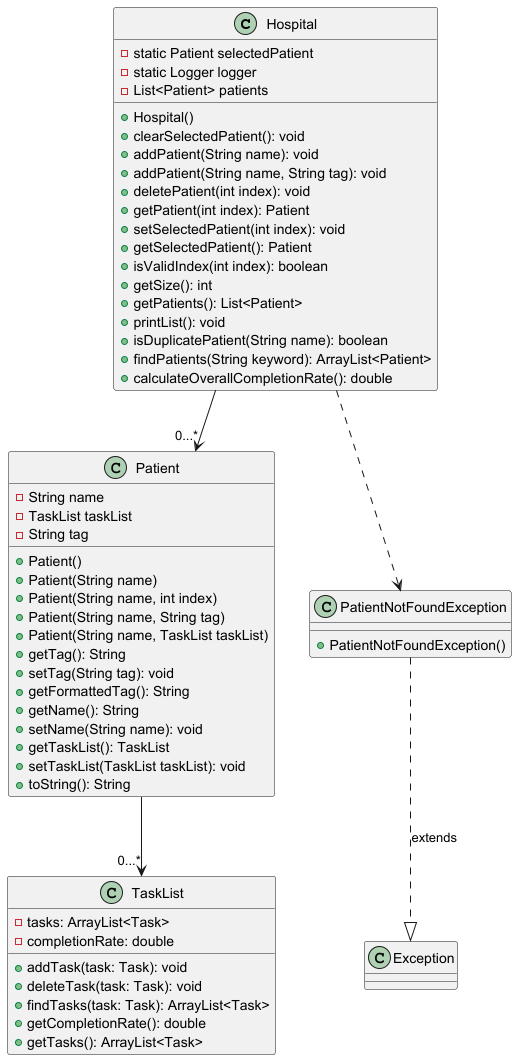
This is docs/images/HospitalClassDiagram.png from nus-cs2113-AY2425S1/tp, a PlantUML export, as it was before one commit.
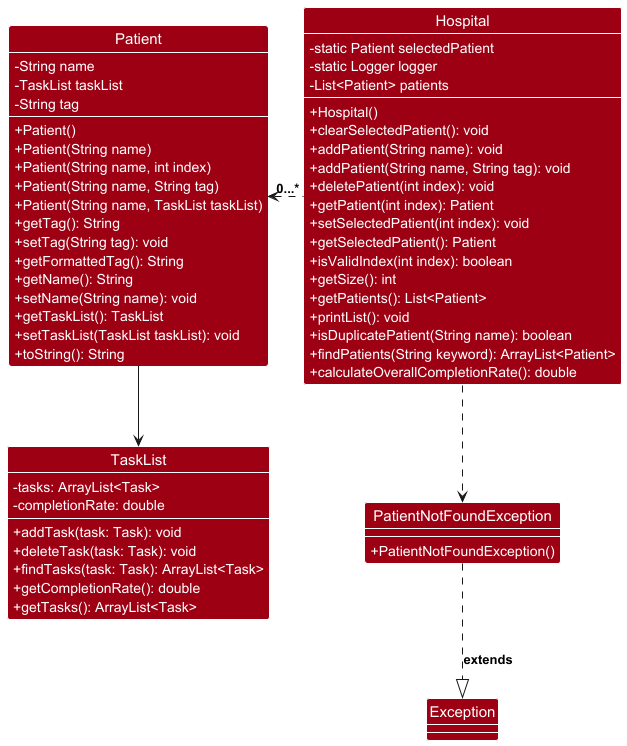
Later version of the same file.

Diff of the diagram source:
```diff
@@ -1,6 +1,8 @@
 @startuml
 
-class Hospital {
+!include style.puml
+
+class Hospital  DATA_COLOR{
     - static Patient selectedPatient
     - static Logger logger
     - List<Patient> patients
@@ -22,7 +24,7 @@
     + calculateOverallCompletionRate(): double
 }
 
-class Patient {
+class Patient DATA_COLOR{
     - String name
     - TaskList taskList
     - String tag
@@ -42,11 +44,11 @@
     + toString(): String
 }
 
-class PatientNotFoundException {
+class PatientNotFoundException DATA_COLOR{
     + PatientNotFoundException()
 }
 
-class TaskList {
+class TaskList  DATA_COLOR{
     - tasks: ArrayList<Task>
     - completionRate: double
     + addTask(task: Task): void
@@ -56,9 +58,12 @@
     + getTasks(): ArrayList<Task>
 }
 
+class Exception DATA_COLOR{
+}
+
 PatientNotFoundException .down.|> Exception : extends
-Hospital --> "0...*" Patient
+Hospital .left.> "0...*" Patient
 Hospital .down.> PatientNotFoundException
-Patient --> "0...*" TaskList
+Patient -->  TaskList
 
 @enduml
```
